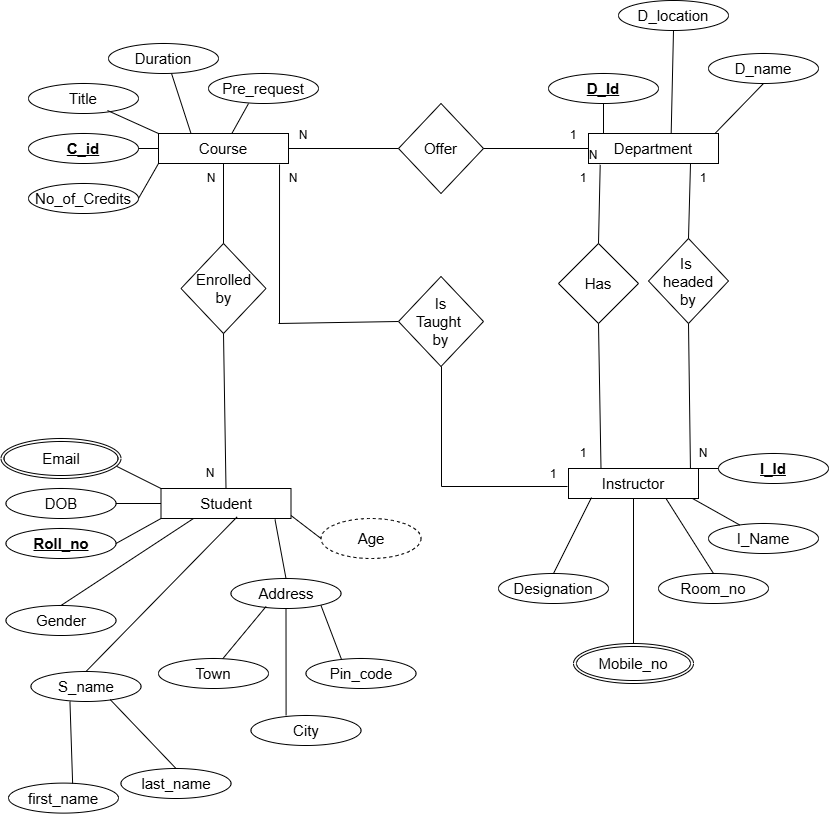
This is Untitled Diagram.drawio.png from athulgeorge24/DBMS, a draw.io export, as it was before one commit. Source tidied: cells renumbered, new cells last; positions are measured from the earlier drawing's top-left corner, leaving out a move shared by most shapes.
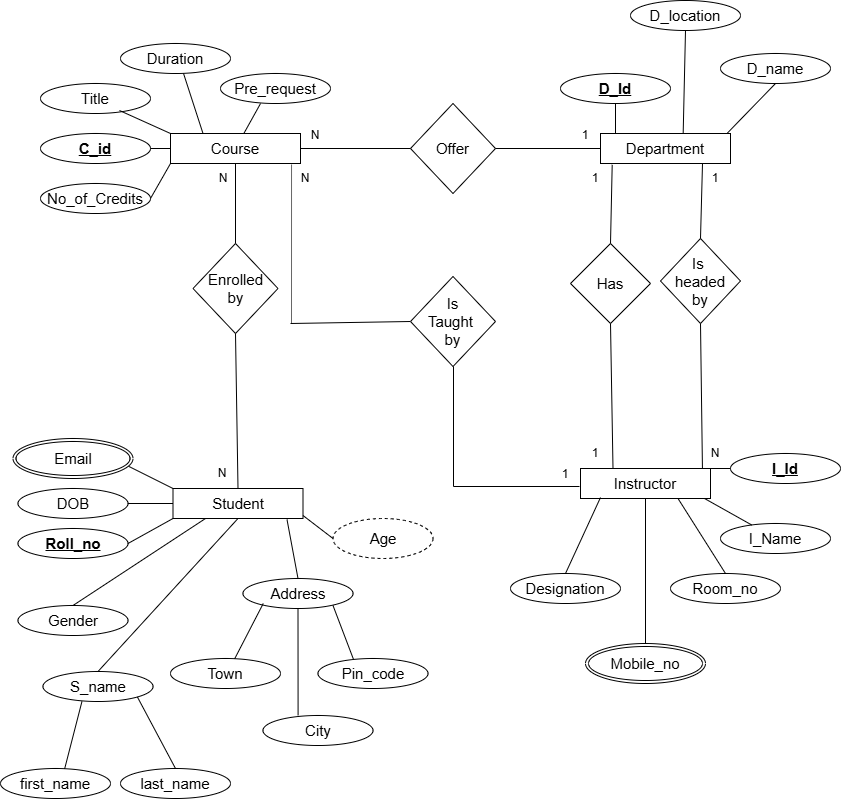
After the change.

The edit, as a diff of the source:
```diff
@@ -82,10 +82,10 @@
         <mxPoint x="603" y="133" as="sourcePoint" />
       </mxGeometry>
     </mxCell>
-    <mxCell id="28" style="endArrow=none;html=1;rounded=0;exitX=1;exitY=0.5;exitDx=0;exitDy=0;entryX=0;entryY=0.5;entryDx=0;entryDy=0;" parent="1" edge="1" source="2" target="22">
+    <mxCell id="28" style="endArrow=none;html=1;rounded=0;exitX=1;exitY=0.5;exitDx=0;exitDy=0;entryX=0;entryY=0.5;entryDx=0;entryDy=0;strokeColor=default;" parent="1" edge="1" source="2" target="22">
       <mxGeometry relative="1" as="geometry" />
     </mxCell>
-    <mxCell id="29" style="endArrow=none;html=1;rounded=0;entryX=0;entryY=0.5;entryDx=0;entryDy=0;exitX=1;exitY=0.5;exitDx=0;exitDy=0;" parent="1" edge="1" source="22" target="23">
+    <mxCell id="29" style="endArrow=none;html=1;rounded=0;entryX=0;entryY=0.5;entryDx=0;entryDy=0;exitX=1;exitY=0.5;exitDx=0;exitDy=0;strokeColor=default;" parent="1" edge="1" source="22" target="23">
       <mxGeometry relative="1" as="geometry" />
     </mxCell>
     <mxCell id="30" value="&lt;span style=&quot;font-size: 15px;&quot;&gt;D_location&lt;/span&gt;" style="ellipse;whiteSpace=wrap;html=1;" parent="1" vertex="1">
@@ -94,12 +94,12 @@
     <mxCell id="31" style="endArrow=none;html=1;rounded=0;entryX=0.5;entryY=1;entryDx=0;entryDy=0;exitX=0.636;exitY=-0.01;exitDx=0;exitDy=0;exitPerimeter=0;" parent="1" edge="1" source="23" target="30">
       <mxGeometry relative="1" as="geometry" />
     </mxCell>
-    <mxCell id="32" style="endArrow=none;html=1;rounded=0;entryX=0.931;entryY=1.033;entryDx=0;entryDy=0;entryPerimeter=0;" parent="1" edge="1" target="2">
+    <mxCell id="32" style="endArrow=none;html=1;rounded=0;entryX=0.931;entryY=1.033;entryDx=0;entryDy=0;entryPerimeter=0;fillColor=#f5f5f5;strokeColor=light-dark(#666666,#FFFFFF);" parent="1" edge="1" target="2">
       <mxGeometry relative="1" as="geometry">
         <mxPoint x="279" y="323" as="sourcePoint" />
       </mxGeometry>
     </mxCell>
-    <mxCell id="33" style="endArrow=none;html=1;rounded=0;entryX=0;entryY=0.5;entryDx=0;entryDy=0;" parent="1" edge="1" target="34">
+    <mxCell id="33" style="endArrow=none;html=1;rounded=0;entryX=0;entryY=0.5;entryDx=0;entryDy=0;strokeColor=default;" parent="1" edge="1" target="34">
       <mxGeometry relative="1" as="geometry">
         <mxPoint x="278" y="323" as="sourcePoint" />
       </mxGeometry>
@@ -142,7 +142,7 @@
     <mxCell id="45" value="&lt;font style=&quot;font-size: 15px;&quot;&gt;Mobile_no&lt;/font&gt;" style="ellipse;shape=doubleEllipse;margin=3;whiteSpace=wrap;html=1;align=center;" parent="1" vertex="1">
       <mxGeometry x="573" y="643" width="120" height="40" as="geometry" />
     </mxCell>
-    <mxCell id="46" style="shape=partialRectangle;whiteSpace=wrap;html=1;bottom=0;right=0;fillColor=none;rotation=-90;" parent="1" vertex="1">
+    <mxCell id="46" style="shape=partialRectangle;whiteSpace=wrap;html=1;bottom=0;right=0;fillColor=none;rotation=-90;strokeColor=default;" parent="1" vertex="1">
       <mxGeometry x="444" y="363" width="120" height="126" as="geometry" />
     </mxCell>
     <mxCell id="47" value="&lt;font style=&quot;font-size: 15px;&quot;&gt;Age&lt;/font&gt;" style="ellipse;whiteSpace=wrap;html=1;align=center;dashed=1;" parent="1" vertex="1">
@@ -153,10 +153,10 @@
         <mxPoint x="290.5" y="515" as="targetPoint" />
       </mxGeometry>
     </mxCell>
-    <mxCell id="49" style="endArrow=none;html=1;rounded=0;entryX=0.25;entryY=0;entryDx=0;entryDy=0;exitX=0.5;exitY=1;exitDx=0;exitDy=0;" parent="1" edge="1" source="41" target="35">
+    <mxCell id="49" style="endArrow=none;html=1;rounded=0;entryX=0.25;entryY=0;entryDx=0;entryDy=0;exitX=0.5;exitY=1;exitDx=0;exitDy=0;strokeColor=default;" parent="1" edge="1" source="41" target="35">
       <mxGeometry relative="1" as="geometry" />
     </mxCell>
-    <mxCell id="50" style="endArrow=none;html=1;rounded=0;exitX=0.5;exitY=1;exitDx=0;exitDy=0;entryX=0.938;entryY=0;entryDx=0;entryDy=0;entryPerimeter=0;" parent="1" edge="1" source="42" target="35">
+    <mxCell id="50" style="endArrow=none;html=1;rounded=0;exitX=0.5;exitY=1;exitDx=0;exitDy=0;entryX=0.938;entryY=0;entryDx=0;entryDy=0;entryPerimeter=0;strokeColor=default;" parent="1" edge="1" source="42" target="35">
       <mxGeometry relative="1" as="geometry" />
     </mxCell>
     <mxCell id="51" value="&lt;span style=&quot;font-size: 15px;&quot;&gt;Designation&lt;/span&gt;" style="ellipse;whiteSpace=wrap;html=1;" parent="1" vertex="1">
@@ -165,8 +165,10 @@
     <mxCell id="52" value="&lt;span style=&quot;font-size: 15px;&quot;&gt;Room_no&lt;/span&gt;" style="ellipse;whiteSpace=wrap;html=1;" parent="1" vertex="1">
       <mxGeometry x="658" y="573" width="110" height="30" as="geometry" />
     </mxCell>
-    <mxCell id="53" style="endArrow=none;html=1;rounded=0;entryX=0.5;entryY=0;entryDx=0;entryDy=0;exitX=0.177;exitY=0.967;exitDx=0;exitDy=0;exitPerimeter=0;" parent="1" edge="1" source="35" target="51">
-      <mxGeometry relative="1" as="geometry" />
+    <mxCell id="53" style="endArrow=none;html=1;rounded=0;entryX=0.5;entryY=0;entryDx=0;entryDy=0;" parent="1" edge="1" target="51">
+      <mxGeometry relative="1" as="geometry">
+        <mxPoint x="588" y="497" as="sourcePoint" />
+      </mxGeometry>
     </mxCell>
     <mxCell id="54" style="endArrow=none;html=1;rounded=0;entryX=0.5;entryY=0;entryDx=0;entryDy=0;exitX=0.75;exitY=1;exitDx=0;exitDy=0;" parent="1" edge="1" source="35" target="52">
       <mxGeometry relative="1" as="geometry" />
@@ -195,7 +197,7 @@
     <mxCell id="62" value="&lt;span style=&quot;font-size: 15px;&quot;&gt;Pin_code&lt;/span&gt;" style="ellipse;whiteSpace=wrap;html=1;" parent="1" vertex="1">
       <mxGeometry x="305.5" y="658" width="110" height="30" as="geometry" />
     </mxCell>
-    <mxCell id="63" style="endArrow=none;html=1;rounded=0;entryX=0.319;entryY=0.932;entryDx=0;entryDy=0;entryPerimeter=0;exitX=0.583;exitY=0.013;exitDx=0;exitDy=0;exitPerimeter=0;" parent="1" edge="1" source="60" target="16">
+    <mxCell id="63" style="endArrow=none;html=1;rounded=0;exitX=0.583;exitY=0.013;exitDx=0;exitDy=0;exitPerimeter=0;entryX=0.184;entryY=0.834;entryDx=0;entryDy=0;entryPerimeter=0;" parent="1" edge="1" source="60" target="16">
       <mxGeometry relative="1" as="geometry" />
     </mxCell>
     <mxCell id="64" style="endArrow=none;html=1;rounded=0;entryX=0.5;entryY=1;entryDx=0;entryDy=0;exitX=0.319;exitY=-0.002;exitDx=0;exitDy=0;exitPerimeter=0;" parent="1" edge="1" source="61" target="16">
@@ -230,9 +232,6 @@
     <mxCell id="73" value="N" style="text;html=1;whiteSpace=wrap;strokeColor=none;fillColor=none;align=center;verticalAlign=middle;rounded=0;" parent="1" vertex="1">
       <mxGeometry x="278" y="163" width="30" height="30" as="geometry" />
     </mxCell>
-    <mxCell id="74" value="N" style="text;html=1;whiteSpace=wrap;strokeColor=none;fillColor=none;align=center;verticalAlign=middle;rounded=0;" parent="1" vertex="1">
-      <mxGeometry x="578" y="140" width="30" height="30" as="geometry" />
-    </mxCell>
     <mxCell id="75" value="N" style="text;html=1;whiteSpace=wrap;strokeColor=none;fillColor=none;align=center;verticalAlign=middle;rounded=0;" parent="1" vertex="1">
       <mxGeometry x="688" y="438" width="30" height="30" as="geometry" />
     </mxCell>
@@ -242,21 +241,21 @@
     <mxCell id="77" value="&lt;span style=&quot;font-size: 15px;&quot;&gt;S_name&lt;/span&gt;" style="ellipse;whiteSpace=wrap;html=1;" parent="1" vertex="1">
       <mxGeometry x="30.5" y="671" width="110" height="30" as="geometry" />
     </mxCell>
-    <mxCell id="78" style="endArrow=none;html=1;rounded=0;exitX=0.5;exitY=0;exitDx=0;exitDy=0;entryX=0.586;entryY=0.944;entryDx=0;entryDy=0;entryPerimeter=0;" parent="1" edge="1" source="77" target="9">
+    <mxCell id="78" style="endArrow=none;html=1;rounded=0;exitX=0.5;exitY=0;exitDx=0;exitDy=0;entryX=0.5;entryY=1;entryDx=0;entryDy=0;" parent="1" edge="1" source="77" target="9">
       <mxGeometry relative="1" as="geometry" />
     </mxCell>
     <mxCell id="79" value="&lt;span style=&quot;font-size: 15px;&quot;&gt;first_name&lt;/span&gt;" style="ellipse;whiteSpace=wrap;html=1;" parent="1" vertex="1">
-      <mxGeometry x="8" y="782.6" width="110" height="30" as="geometry" />
+      <mxGeometry x="-12" y="768" width="110" height="30" as="geometry" />
     </mxCell>
     <mxCell id="80" value="&lt;span style=&quot;font-size: 15px;&quot;&gt;last_name&lt;/span&gt;" style="ellipse;whiteSpace=wrap;html=1;" parent="1" vertex="1">
-      <mxGeometry x="120.5" y="768" width="110" height="30" as="geometry" />
+      <mxGeometry x="108" y="768" width="110" height="30" as="geometry" />
     </mxCell>
     <mxCell id="81" style="endArrow=none;html=1;rounded=0;entryX=0.445;entryY=0.913;entryDx=0;entryDy=0;entryPerimeter=0;exitX=0.583;exitY=0.013;exitDx=0;exitDy=0;exitPerimeter=0;" parent="1" edge="1" source="79">
       <mxGeometry relative="1" as="geometry">
         <mxPoint x="69.5" y="701" as="targetPoint" />
       </mxGeometry>
     </mxCell>
-    <mxCell id="82" style="endArrow=none;html=1;rounded=0;entryX=0.72;entryY=0.936;entryDx=0;entryDy=0;exitX=0.5;exitY=0;exitDx=0;exitDy=0;entryPerimeter=0;" parent="1" edge="1" source="80" target="77">
+    <mxCell id="82" style="endArrow=none;html=1;rounded=0;entryX=1;entryY=1;entryDx=0;entryDy=0;exitX=0.5;exitY=0;exitDx=0;exitDy=0;" parent="1" edge="1" source="80" target="77">
       <mxGeometry relative="1" as="geometry" />
     </mxCell>
   </root>
```
